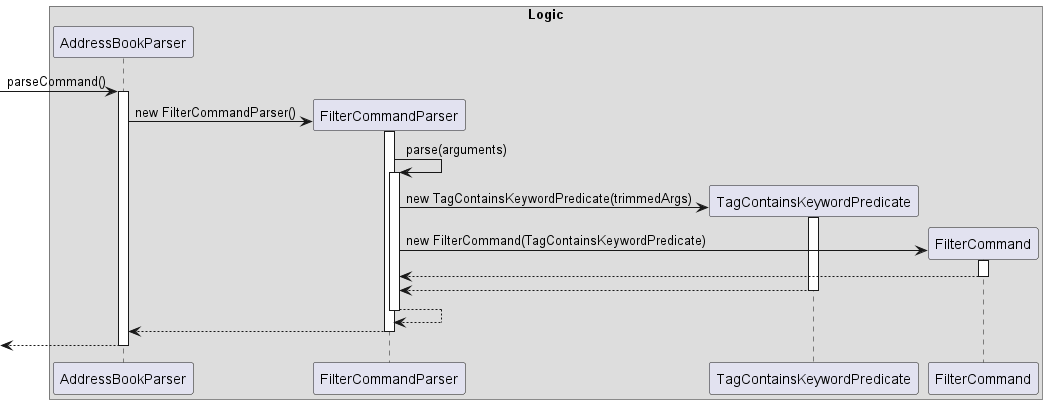
nus-cs2103-AY2223S1/tp keeps this PlantUML diagram as docs/images/FilterDiagram6.png. Above is the earlier version.
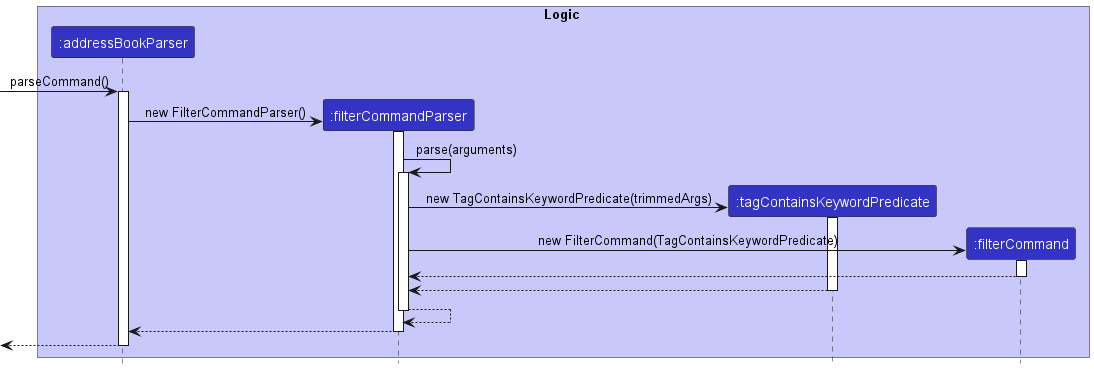
Above is the later version.

Change to the diagram source:
```diff
@@ -1,6 +1,10 @@
 @startuml
-
-box Logic
+!include style.puml
+box Logic LOGIC_COLOR_T1
+participant ":addressBookParser" as AddressBookParser LOGIC_COLOR
+participant ":filterCommandParser" as FilterCommandParser LOGIC_COLOR
+participant ":tagContainsKeywordPredicate" as TagContainsKeywordPredicate LOGIC_COLOR
+participant ":filterCommand" as FilterCommand LOGIC_COLOR
 -> AddressBookParser ++: parseCommand()
 AddressBookParser -> FilterCommandParser **: new FilterCommandParser()
 activate FilterCommandParser
```
